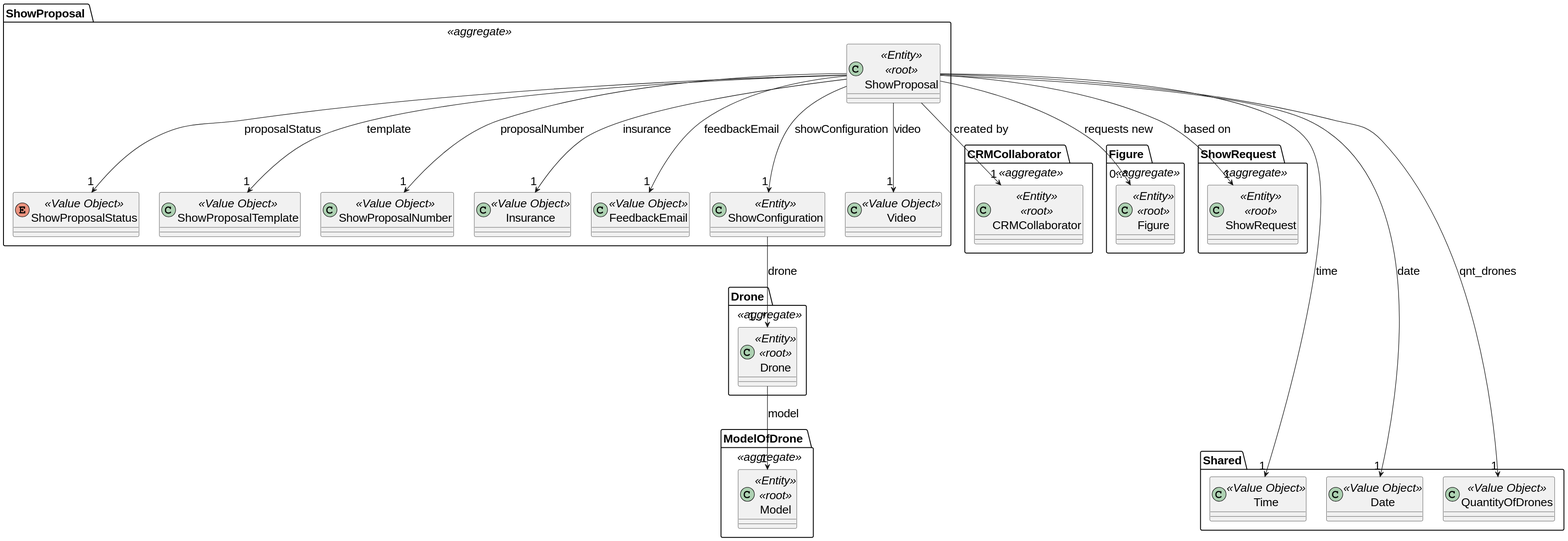
Earlier version of the PlantUML export docs/global_artifacts/analysis/images/domain_model_show_proposal.svg (diogoveirospro/sem4pi-2024-2025-sem4pi_2024_2025_g44).
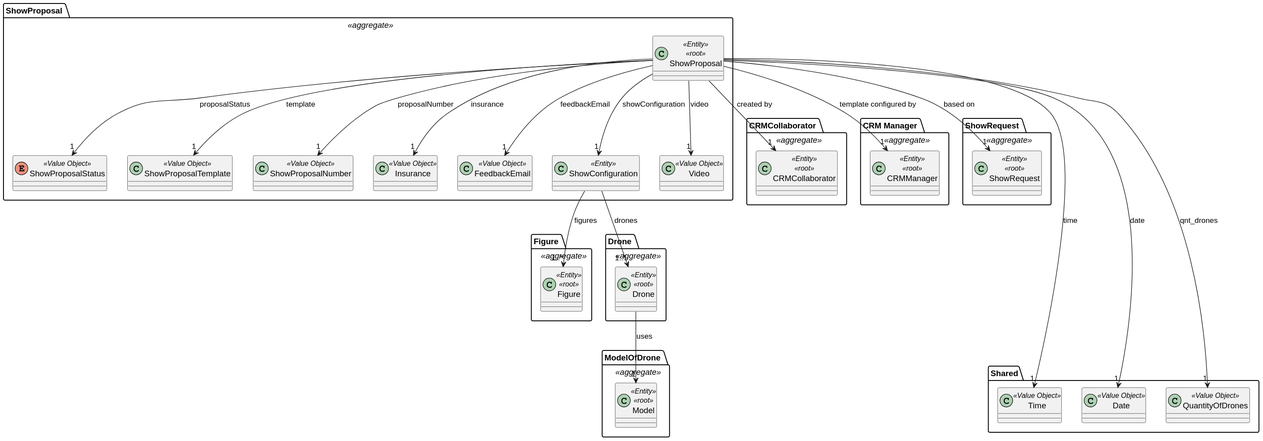
The same file after the commit.

Commit message:
Add CRMManager class and update relationships in domain models

What changed in the source:
```diff
@@ -1,9 +1,13 @@
 @startuml
-skinparamlocked defaultFontSize 20
-
 package "CRMCollaborator " <<aggregate>> {
 
     class CRMCollaborator <<Entity>> <<root>>{
+    }
+}
+
+package "CRM Manager " <<aggregate>> {
+
+    class CRMManager <<Entity>> <<root>>{
     }
 }
 
@@ -60,19 +64,21 @@
     }
 
 
-     ShowProposal --> "1" Video: video
-
     ShowProposal --> "1" FeedbackEmail: feedbackEmail
     ShowProposal --> "1" CRMCollaborator: created by
+    ShowProposal --> "1" CRMManager: template configured by
     ShowProposal --> "1" ShowRequest: based on
     ShowProposal --> "1" ShowProposalStatus: proposalStatus
-    ShowProposal --> "0..*" Figure : requests new
     ShowProposal --> "1" ShowProposalTemplate: template
     ShowProposal --> "1" ShowProposalNumber: proposalNumber
-    ShowConfiguration --> "1..*" Drone: drone
     ShowProposal --> "1" Insurance: insurance
     ShowProposal --> "1" ShowConfiguration: showConfiguration
-     Drone --> "1" Model: model
+    ShowProposal --> "1" Video: video
+
+    ShowConfiguration --> "1..*" Drone: drones
+    ShowConfiguration --> "1..*" Figure: figures
+
+    Drone --> "1" Model: uses
 }
 
 package Shared {
```
